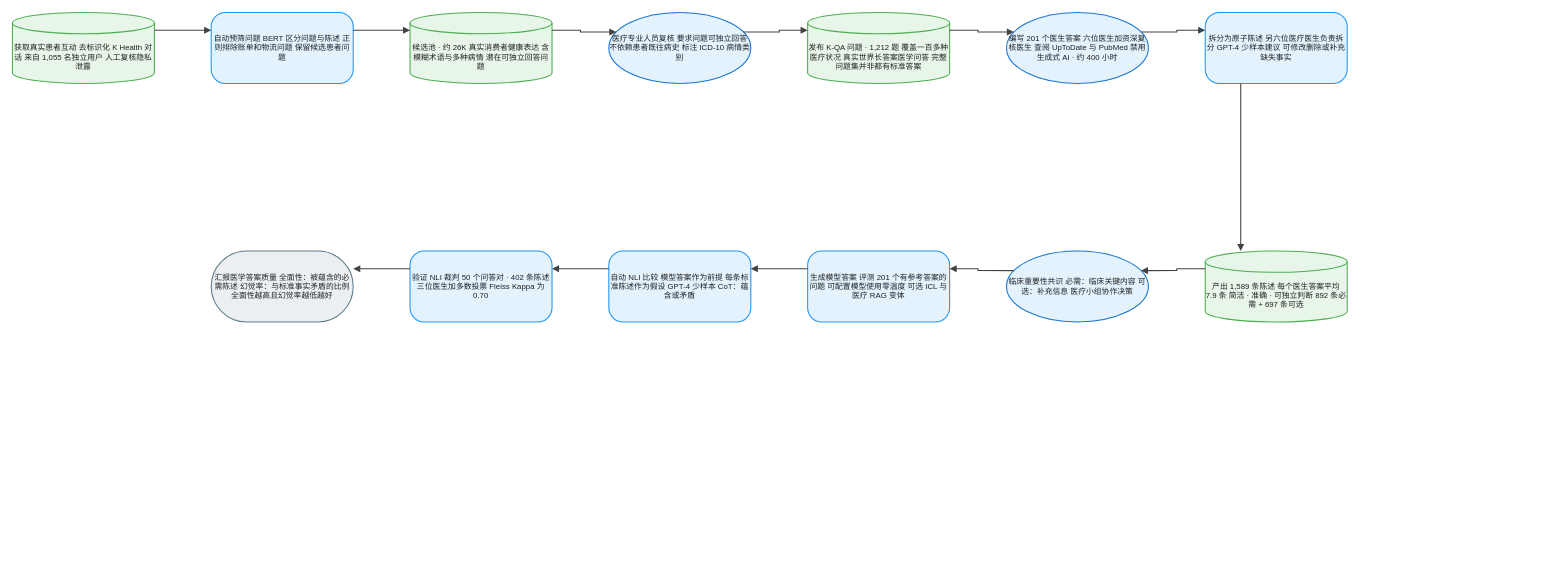
Before: client/public/drawio/K-QA/K-QA.zh.drawio in joe1chief/benchmark-hub, a draw.io diagram. Source tidied: cells renumbered, new cells numbered last; positions are measured from the earlier drawing's top-left corner, leaving out a move shared by most shapes. Both pictures are drawn from the tidied source at 71%, with x=0, y=0 at pixel (12, 12).
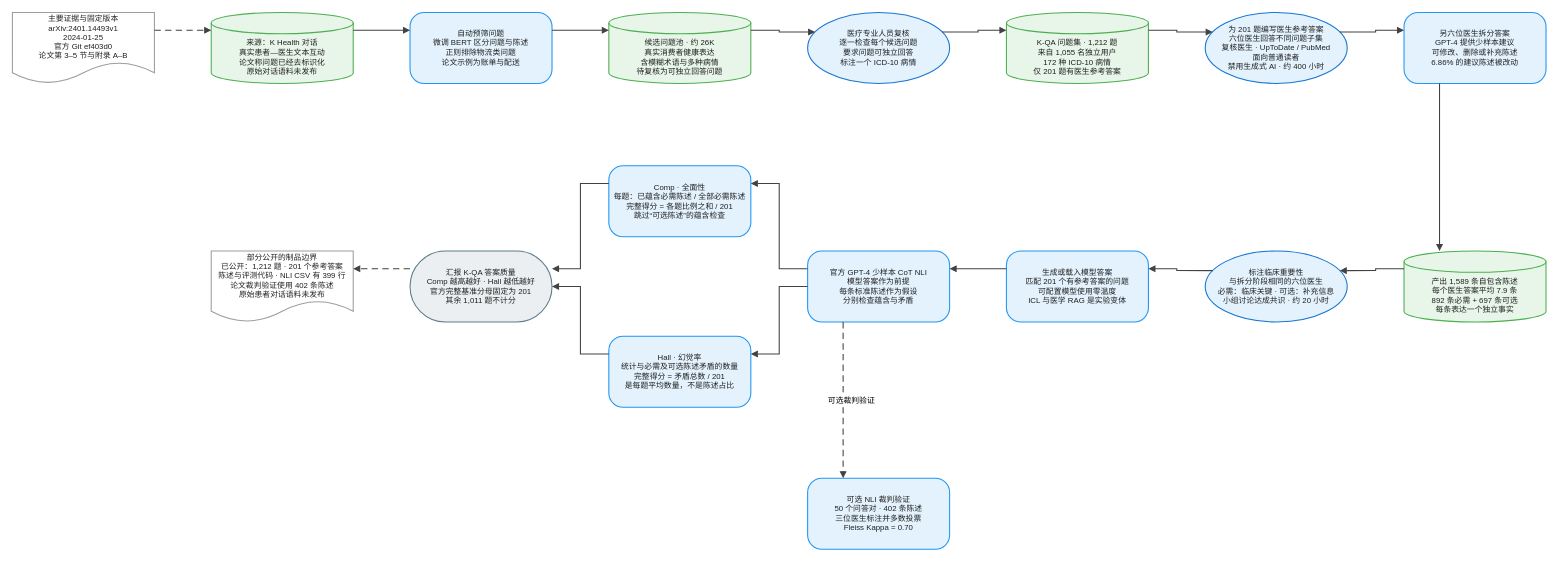
The same page after the edit.

The edit, as a diff of the source:
```diff
@@
-    <mxCell id="2" value="获取真实患者互动 去标识化 K Health 对话 来自 1,055 名独立用户 人工复核隐私泄露" style="shape=cylinder3;boundedLbl=1;backgroundOutline=1;size=15;html=1;whiteSpace=wrap;fillColor=#E8F5E9;strokeColor=#4CAF50;strokeWidth=1.5;fontColor=#212121;fontSize=11;fontFamily=Arial, Helvetica, sans-serif;verticalAlign=middle;align=center;" parent="1" vertex="1">
+    <mxCell id="2" value="主要证据与固定版本&#10;arXiv:2401.14493v1&#10;2024-01-25&#10;官方 Git ef403d0&#10;论文第 3–5 节与附录 A–B" style="shape=document;boundedLbl=1;html=0;convertToSvg=1;whiteSpace=wrap;fillColor=#FFFFFF;strokeColor=#9E9E9E;strokeWidth=1.5;fontColor=#212121;fontSize=11;fontFamily=Arial, Helvetica, sans-serif;verticalAlign=middle;align=center;" parent="1" vertex="1">
       <mxGeometry width="200" height="100" as="geometry" />
     </mxCell>
-    <mxCell id="3" value="自动预筛问题 BERT 区分问题与陈述 正则排除账单和物流问题 保留候选患者问题" style="rounded=1;arcSize=20;html=1;whiteSpace=wrap;fillColor=#E3F2FD;strokeColor=#2196F3;strokeWidth=1.5;fontColor=#212121;fontSize=11;fontFamily=Arial, Helvetica, sans-serif;verticalAlign=middle;align=center;" parent="1" vertex="1">
+    <mxCell id="3" value="来源：K Health 对话&#10;真实患者—医生文本互动&#10;论文称问题已经去标识化&#10;原始对话语料未发布" style="shape=cylinder3;boundedLbl=1;backgroundOutline=1;size=15;html=0;convertToSvg=1;whiteSpace=wrap;fillColor=#E8F5E9;strokeColor=#4CAF50;strokeWidth=1.5;fontColor=#212121;fontSize=11;fontFamily=Arial, Helvetica, sans-serif;verticalAlign=middle;align=center;" parent="1" vertex="1">
       <mxGeometry x="280" width="200" height="100" as="geometry" />
     </mxCell>
-    <mxCell id="4" value="候选池 · 约 26K 真实消费者健康表达 含模糊术语与多种病情 潜在可独立回答问题" style="shape=cylinder3;boundedLbl=1;backgroundOutline=1;size=15;html=1;whiteSpace=wrap;fillColor=#E8F5E9;strokeColor=#4CAF50;strokeWidth=1.5;fontColor=#212121;fontSize=11;fontFamily=Arial, Helvetica, sans-serif;verticalAlign=middle;align=center;" parent="1" vertex="1">
+    <mxCell id="4" value="自动预筛问题&#10;微调 BERT 区分问题与陈述&#10;正则排除物流类问题&#10;论文示例为账单与配送" style="rounded=1;arcSize=20;html=0;convertToSvg=1;whiteSpace=wrap;fillColor=#E3F2FD;strokeColor=#2196F3;strokeWidth=1.5;fontColor=#212121;fontSize=11;fontFamily=Arial, Helvetica, sans-serif;verticalAlign=middle;align=center;" parent="1" vertex="1">
       <mxGeometry x="560" width="200" height="100" as="geometry" />
     </mxCell>
-    <mxCell id="5" value="医疗专业人员复核 要求问题可独立回答 不依赖患者既往病史 标注 ICD-10 病情类别" style="ellipse;html=1;whiteSpace=wrap;fillColor=#E3F2FD;strokeColor=#1976D2;strokeWidth=1.5;fontColor=#212121;fontSize=11;fontFamily=Arial, Helvetica, sans-serif;verticalAlign=middle;align=center;" parent="1" vertex="1">
+    <mxCell id="5" value="候选问题池 · 约 26K&#10;真实消费者健康表达&#10;含模糊术语与多种病情&#10;待复核为可独立回答问题" style="shape=cylinder3;boundedLbl=1;backgroundOutline=1;size=15;html=0;convertToSvg=1;whiteSpace=wrap;fillColor=#E8F5E9;strokeColor=#4CAF50;strokeWidth=1.5;fontColor=#212121;fontSize=11;fontFamily=Arial, Helvetica, sans-serif;verticalAlign=middle;align=center;" parent="1" vertex="1">
       <mxGeometry x="840" width="200" height="100" as="geometry" />
     </mxCell>
-    <mxCell id="6" value="发布 K-QA 问题 · 1,212 题 覆盖一百多种医疗状况 真实世界长答案医学问答 完整问题集并非都有标准答案" style="shape=cylinder3;boundedLbl=1;backgroundOutline=1;size=15;html=1;whiteSpace=wrap;fillColor=#E8F5E9;strokeColor=#4CAF50;strokeWidth=1.5;fontColor=#212121;fontSize=11;fontFamily=Arial, Helvetica, sans-serif;verticalAlign=middle;align=center;" parent="1" vertex="1">
+    <mxCell id="6" value="医疗专业人员复核&#10;逐一检查每个候选问题&#10;要求问题可独立回答&#10;标注一个 ICD-10 病情" style="ellipse;html=0;convertToSvg=1;whiteSpace=wrap;fillColor=#E3F2FD;strokeColor=#1976D2;strokeWidth=1.5;fontColor=#212121;fontSize=11;fontFamily=Arial, Helvetica, sans-serif;verticalAlign=middle;align=center;" parent="1" vertex="1">
       <mxGeometry x="1120" width="200" height="100" as="geometry" />
     </mxCell>
-    <mxCell id="7" value="编写 201 个医生答案 六位医生加资深复核医生 查阅 UpToDate 与 PubMed 禁用生成式 AI · 约 400 小时" style="ellipse;html=1;whiteSpace=wrap;fillColor=#E3F2FD;strokeColor=#1976D2;strokeWidth=1.5;fontColor=#212121;fontSize=11;fontFamily=Arial, Helvetica, sans-serif;verticalAlign=middle;align=center;" parent="1" vertex="1">
+    <mxCell id="7" value="K-QA 问题集 · 1,212 题&#10;来自 1,055 名独立用户&#10;172 种 ICD-10 病情&#10;仅 201 题有医生参考答案" style="shape=cylinder3;boundedLbl=1;backgroundOutline=1;size=15;html=0;convertToSvg=1;whiteSpace=wrap;fillColor=#E8F5E9;strokeColor=#4CAF50;strokeWidth=1.5;fontColor=#212121;fontSize=11;fontFamily=Arial, Helvetica, sans-serif;verticalAlign=middle;align=center;" parent="1" vertex="1">
       <mxGeometry x="1400" width="200" height="100" as="geometry" />
     </mxCell>
-    <mxCell id="8" value="拆分为原子陈述 另六位医疗医生负责拆分 GPT-4 少样本建议 可修改删除或补充缺失事实" style="rounded=1;arcSize=20;html=1;whiteSpace=wrap;fillColor=#E3F2FD;strokeColor=#2196F3;strokeWidth=1.5;fontColor=#212121;fontSize=11;fontFamily=Arial, Helvetica, sans-serif;verticalAlign=middle;align=center;" parent="1" vertex="1">
+    <mxCell id="8" value="为 201 题编写医生参考答案&#10;六位医生回答不同问题子集&#10;复核医生 · UpToDate / PubMed&#10;面向普通读者&#10;禁用生成式 AI · 约 400 小时" style="ellipse;html=0;convertToSvg=1;whiteSpace=wrap;fillColor=#E3F2FD;strokeColor=#1976D2;strokeWidth=1.5;fontColor=#212121;fontSize=11;fontFamily=Arial, Helvetica, sans-serif;verticalAlign=middle;align=center;" parent="1" vertex="1">
       <mxGeometry x="1680" width="200" height="100" as="geometry" />
     </mxCell>
-    <mxCell id="9" value="产出 1,589 条陈述 每个医生答案平均 7.9 条 简洁 · 准确 · 可独立判断 892 条必需 + 697 条可选" style="shape=cylinder3;boundedLbl=1;backgroundOutline=1;size=15;html=1;whiteSpace=wrap;fillColor=#E8F5E9;strokeColor=#4CAF50;strokeWidth=1.5;fontColor=#212121;fontSize=11;fontFamily=Arial, Helvetica, sans-serif;verticalAlign=middle;align=center;" parent="1" vertex="1">
-      <mxGeometry x="1680" y="336" width="200" height="100" as="geometry" />
+    <mxCell id="9" value="另六位医生拆分答案&#10;GPT-4 提供少样本建议&#10;可修改、删除或补充陈述&#10;6.86% 的建议陈述被改动" style="rounded=1;arcSize=20;html=0;convertToSvg=1;whiteSpace=wrap;fillColor=#E3F2FD;strokeColor=#2196F3;strokeWidth=1.5;fontColor=#212121;fontSize=11;fontFamily=Arial, Helvetica, sans-serif;verticalAlign=middle;align=center;" parent="1" vertex="1">
+      <mxGeometry x="1960" width="200" height="100" as="geometry" />
     </mxCell>
-    <mxCell id="10" value="临床重要性共识 必需：临床关键内容 可选：补充信息 医疗小组协作决策" style="ellipse;html=1;whiteSpace=wrap;fillColor=#E3F2FD;strokeColor=#1976D2;strokeWidth=1.5;fontColor=#212121;fontSize=11;fontFamily=Arial, Helvetica, sans-serif;verticalAlign=middle;align=center;" parent="1" vertex="1">
-      <mxGeometry x="1400" y="336" width="200" height="100" as="geometry" />
+    <mxCell id="10" value="产出 1,589 条自包含陈述&#10;每个医生答案平均 7.9 条&#10;892 条必需 + 697 条可选&#10;每条表达一个独立事实" style="shape=cylinder3;boundedLbl=1;backgroundOutline=1;size=15;html=0;convertToSvg=1;whiteSpace=wrap;fillColor=#E8F5E9;strokeColor=#4CAF50;strokeWidth=1.5;fontColor=#212121;fontSize=11;fontFamily=Arial, Helvetica, sans-serif;verticalAlign=middle;align=center;" parent="1" vertex="1">
+      <mxGeometry x="1960" y="336" width="200" height="100" as="geometry" />
     </mxCell>
-    <mxCell id="11" value="生成模型答案 评测 201 个有参考答案的问题 可配置模型使用零温度 可选 ICL 与医疗 RAG 变体" style="rounded=1;arcSize=20;html=1;whiteSpace=wrap;fillColor=#E3F2FD;strokeColor=#2196F3;strokeWidth=1.5;fontColor=#212121;fontSize=11;fontFamily=Arial, Helvetica, sans-serif;verticalAlign=middle;align=center;" parent="1" vertex="1">
-      <mxGeometry x="1120" y="336" width="200" height="100" as="geometry" />
+    <mxCell id="11" value="标注临床重要性&#10;与拆分阶段相同的六位医生&#10;必需：临床关键 · 可选：补充信息&#10;小组讨论达成共识 · 约 20 小时" style="ellipse;html=0;convertToSvg=1;whiteSpace=wrap;fillColor=#E3F2FD;strokeColor=#1976D2;strokeWidth=1.5;fontColor=#212121;fontSize=11;fontFamily=Arial, Helvetica, sans-serif;verticalAlign=middle;align=center;" parent="1" vertex="1">
+      <mxGeometry x="1680" y="336" width="200" height="100" as="geometry" />
     </mxCell>
-    <mxCell id="12" value="自动 NLI 比较 模型答案作为前提 每条标准陈述作为假设 GPT-4 少样本 CoT：蕴含或矛盾" style="rounded=1;arcSize=20;html=1;whiteSpace=wrap;fillColor=#E3F2FD;strokeColor=#2196F3;strokeWidth=1.5;fontColor=#212121;fontSize=11;fontFamily=Arial, Helvetica, sans-serif;verticalAlign=middle;align=center;" parent="1" vertex="1">
-      <mxGeometry x="840" y="336" width="200" height="100" as="geometry" />
+    <mxCell id="12" value="生成或载入模型答案&#10;匹配 201 个有参考答案的问题&#10;可配置模型使用零温度&#10;ICL 与医学 RAG 是实验变体" style="rounded=1;arcSize=20;html=0;convertToSvg=1;whiteSpace=wrap;fillColor=#E3F2FD;strokeColor=#2196F3;strokeWidth=1.5;fontColor=#212121;fontSize=11;fontFamily=Arial, Helvetica, sans-serif;verticalAlign=middle;align=center;" parent="1" vertex="1">
+      <mxGeometry x="1400" y="336" width="200" height="100" as="geometry" />
     </mxCell>
-    <mxCell id="13" value="验证 NLI 裁判 50 个问答对 · 402 条陈述 三位医生加多数投票 Fleiss Kappa 为 0.70" style="rounded=1;arcSize=20;html=1;whiteSpace=wrap;fillColor=#E3F2FD;strokeColor=#2196F3;strokeWidth=1.5;fontColor=#212121;fontSize=11;fontFamily=Arial, Helvetica, sans-serif;verticalAlign=middle;align=center;" parent="1" vertex="1">
-      <mxGeometry x="560" y="336" width="200" height="100" as="geometry" />
+    <mxCell id="13" value="官方 GPT-4 少样本 CoT NLI&#10;模型答案作为前提&#10;每条标准陈述作为假设&#10;分别检查蕴含与矛盾" style="rounded=1;arcSize=20;html=0;convertToSvg=1;whiteSpace=wrap;fillColor=#E3F2FD;strokeColor=#2196F3;strokeWidth=1.5;fontColor=#212121;fontSize=11;fontFamily=Arial, Helvetica, sans-serif;verticalAlign=middle;align=center;" parent="1" vertex="1">
+      <mxGeometry x="1120" y="336" width="200" height="100" as="geometry" />
     </mxCell>
-    <mxCell id="14" value="汇报医学答案质量 全面性：被蕴含的必需陈述 幻觉率：与标准事实矛盾的比例 全面性越高且幻觉率越低越好" style="rounded=1;arcSize=50;html=1;whiteSpace=wrap;fillColor=#ECEFF1;strokeColor=#607D8B;strokeWidth=1.5;fontColor=#212121;fontSize=11;fontFamily=Arial, Helvetica, sans-serif;verticalAlign=middle;align=center;" parent="1" vertex="1">
-      <mxGeometry x="280" y="336" width="200" height="100" as="geometry" />
+    <mxCell id="14" value="Comp · 全面性&#10;每题：已蕴含必需陈述 / 全部必需陈述&#10;完整得分 = 各题比例之和 / 201&#10;跳过“可选陈述”的蕴含检查" style="rounded=1;arcSize=20;html=0;convertToSvg=1;whiteSpace=wrap;fillColor=#E3F2FD;strokeColor=#2196F3;strokeWidth=1.5;fontColor=#212121;fontSize=11;fontFamily=Arial, Helvetica, sans-serif;verticalAlign=middle;align=center;" parent="1" vertex="1">
+      <mxGeometry x="840" y="216" width="200" height="100" as="geometry" />
     </mxCell>
-    <mxCell id="15" style="edgeStyle=orthogonalEdgeStyle;rounded=0;jettySize=auto;html=1;strokeColor=#424242;strokeWidth=1.5;endArrow=block;endFill=1;exitX=1;exitY=0.25;exitDx=0;exitDy=0;entryX=0;entryY=0.25;entryDx=0;entryDy=0;jumpStyle=arc;jumpSize=8;" parent="1" edge="1" source="2" target="3">
-      <mxGeometry relative="1" as="geometry" />
+    <mxCell id="15" value="Hall · 幻觉率&#10;统计与必需及可选陈述矛盾的数量&#10;完整得分 = 矛盾总数 / 201&#10;是每题平均数量，不是陈述占比" style="rounded=1;arcSize=20;html=0;convertToSvg=1;whiteSpace=wrap;fillColor=#E3F2FD;strokeColor=#2196F3;strokeWidth=1.5;fontColor=#212121;fontSize=11;fontFamily=Arial, Helvetica, sans-serif;verticalAlign=middle;align=center;" parent="1" vertex="1">
+      <mxGeometry x="840" y="456" width="200" height="100" as="geometry" />
     </mxCell>
-    <mxCell id="16" style="edgeStyle=orthogonalEdgeStyle;rounded=0;jettySize=auto;html=1;strokeColor=#424242;strokeWidth=1.5;endArrow=block;endFill=1;exitX=1;exitY=0.25;exitDx=0;exitDy=0;entryX=0;entryY=0.25;entryDx=0;entryDy=0;jumpStyle=arc;jumpSize=8;" parent="1" edge="1" source="3" target="4">
-      <mxGeometry relative="1" as="geometry" />
+    <mxCell id="16" value="汇报 K-QA 答案质量&#10;Comp 越高越好 · Hall 越低越好&#10;官方完整基准分母固定为 201&#10;其余 1,011 题不计分" style="rounded=1;arcSize=50;html=0;convertToSvg=1;whiteSpace=wrap;fillColor=#ECEFF1;strokeColor=#607D8B;strokeWidth=1.5;fontColor=#212121;fontSize=11;fontFamily=Arial, Helvetica, sans-serif;verticalAlign=middle;align=center;" parent="1" vertex="1">
+      <mxGeometry x="560" y="336" width="200" height="100" as="geometry" />
     </mxCell>
-    <mxCell id="17" style="edgeStyle=orthogonalEdgeStyle;rounded=0;jettySize=auto;html=1;strokeColor=#424242;strokeWidth=1.5;endArrow=block;endFill=1;exitX=1;exitY=0.25;exitDx=0;exitDy=0;entryX=0;entryY=0.25;entryDx=0;entryDy=0;jumpStyle=arc;jumpSize=8;" parent="1" edge="1" source="4" target="5">
-      <mxGeometry relative="1" as="geometry" />
+    <mxCell id="17" value="部分公开的制品边界&#10;已公开：1,212 题 · 201 个参考答案&#10;陈述与评测代码 · NLI CSV 有 399 行&#10;论文裁判验证使用 402 条陈述&#10;原始患者对话语料未发布" style="shape=document;boundedLbl=1;html=0;convertToSvg=1;whiteSpace=wrap;fillColor=#FFFFFF;strokeColor=#9E9E9E;strokeWidth=1.5;fontColor=#212121;fontSize=11;fontFamily=Arial, Helvetica, sans-serif;verticalAlign=middle;align=center;" parent="1" vertex="1">
+      <mxGeometry x="280" y="336" width="200" height="100" as="geometry" />
     </mxCell>
-    <mxCell id="18" style="edgeStyle=orthogonalEdgeStyle;rounded=0;jettySize=auto;html=1;strokeColor=#424242;strokeWidth=1.5;endArrow=block;endFill=1;exitX=1;exitY=0.25;exitDx=0;exitDy=0;entryX=0;entryY=0.25;entryDx=0;entryDy=0;jumpStyle=arc;jumpSize=8;" parent="1" edge="1" source="5" target="6">
-      <mxGeometry relative="1" as="geometry" />
+    <mxCell id="18" value="可选 NLI 裁判验证&#10;50 个问答对 · 402 条陈述&#10;三位医生标注并多数投票&#10;Fleiss Kappa = 0.70" style="rounded=1;arcSize=20;html=0;convertToSvg=1;whiteSpace=wrap;fillColor=#E3F2FD;strokeColor=#2196F3;strokeWidth=1.5;fontColor=#212121;fontSize=11;fontFamily=Arial, Helvetica, sans-serif;verticalAlign=middle;align=center;" parent="1" vertex="1">
+      <mxGeometry x="1120" y="656" width="200" height="100" as="geometry" />
     </mxCell>
-    <mxCell id="19" style="edgeStyle=orthogonalEdgeStyle;rounded=0;jettySize=auto;html=1;strokeColor=#424242;strokeWidth=1.5;endArrow=block;endFill=1;exitX=1;exitY=0.25;exitDx=0;exitDy=0;entryX=0;entryY=0.25;entryDx=0;entryDy=0;jumpStyle=arc;jumpSize=8;" parent="1" edge="1" source="6" target="7">
+    <mxCell id="19" style="edgeStyle=orthogonalEdgeStyle;rounded=0;jettySize=auto;html=0;convertToSvg=1;strokeColor=#424242;strokeWidth=1.5;endArrow=block;endFill=1;exitX=1;exitY=0.25;exitDx=0;exitDy=0;entryX=0;entryY=0.25;entryDx=0;entryDy=0;dashed=1;dashPattern=6 4;jumpStyle=arc;jumpSize=8;" parent="1" edge="1" source="2" target="3">
       <mxGeometry relative="1" as="geometry" />
     </mxCell>
-    <mxCell id="20" style="edgeStyle=orthogonalEdgeStyle;rounded=0;jettySize=auto;html=1;strokeColor=#424242;strokeWidth=1.5;endArrow=block;endFill=1;exitX=1;exitY=0.25;exitDx=0;exitDy=0;entryX=0;entryY=0.25;entryDx=0;entryDy=0;jumpStyle=arc;jumpSize=8;" parent="1" edge="1" source="7" target="8">
+    <mxCell id="20" style="edgeStyle=orthogonalEdgeStyle;rounded=0;jettySize=auto;html=0;convertToSvg=1;strokeColor=#424242;strokeWidth=1.5;endArrow=block;endFill=1;exitX=1;exitY=0.25;exitDx=0;exitDy=0;entryX=0;entryY=0.25;entryDx=0;entryDy=0;jumpStyle=arc;jumpSize=8;" parent="1" edge="1" source="3" target="4">
       <mxGeometry relative="1" as="geometry" />
     </mxCell>
-    <mxCell id="21" style="edgeStyle=orthogonalEdgeStyle;rounded=0;jettySize=auto;html=1;strokeColor=#424242;strokeWidth=1.5;endArrow=block;endFill=1;exitX=0.25;exitY=1;exitDx=0;exitDy=0;entryX=0.25;entryY=0;entryDx=0;entryDy=0;jumpStyle=arc;jumpSize=8;" parent="1" edge="1" source="8" target="9">
+    <mxCell id="21" style="edgeStyle=orthogonalEdgeStyle;rounded=0;jettySize=auto;html=0;convertToSvg=1;strokeColor=#424242;strokeWidth=1.5;endArrow=block;endFill=1;exitX=1;exitY=0.25;exitDx=0;exitDy=0;entryX=0;entryY=0.25;entryDx=0;entryDy=0;jumpStyle=arc;jumpSize=8;" parent="1" edge="1" source="4" target="5">
       <mxGeometry relative="1" as="geometry" />
     </mxCell>
-    <mxCell id="22" style="edgeStyle=orthogonalEdgeStyle;rounded=0;jettySize=auto;html=1;strokeColor=#424242;strokeWidth=1.5;endArrow=block;endFill=1;exitX=0;exitY=0.25;exitDx=0;exitDy=0;entryX=1;entryY=0.25;entryDx=0;entryDy=0;jumpStyle=arc;jumpSize=8;" parent="1" edge="1" source="9" target="10">
+    <mxCell id="22" style="edgeStyle=orthogonalEdgeStyle;rounded=0;jettySize=auto;html=0;convertToSvg=1;strokeColor=#424242;strokeWidth=1.5;endArrow=block;endFill=1;exitX=1;exitY=0.25;exitDx=0;exitDy=0;entryX=0;entryY=0.25;entryDx=0;entryDy=0;jumpStyle=arc;jumpSize=8;" parent="1" edge="1" source="5" target="6">
       <mxGeometry relative="1" as="geometry" />
     </mxCell>
-    <mxCell id="23" style="edgeStyle=orthogonalEdgeStyle;rounded=0;jettySize=auto;html=1;strokeColor=#424242;strokeWidth=1.5;endArrow=block;endFill=1;exitX=0;exitY=0.25;exitDx=0;exitDy=0;entryX=1;entryY=0.25;entryDx=0;entryDy=0;jumpStyle=arc;jumpSize=8;" parent="1" edge="1" source="10" target="11">
+    <mxCell id="23" style="edgeStyle=orthogonalEdgeStyle;rounded=0;jettySize=auto;html=0;convertToSvg=1;strokeColor=#424242;strokeWidth=1.5;endArrow=block;endFill=1;exitX=1;exitY=0.25;exitDx=0;exitDy=0;entryX=0;entryY=0.25;entryDx=0;entryDy=0;jumpStyle=arc;jumpSize=8;" parent="1" edge="1" source="6" target="7">
       <mxGeometry relative="1" as="geometry" />
     </mxCell>
-    <mxCell id="24" style="edgeStyle=orthogonalEdgeStyle;rounded=0;jettySize=auto;html=1;strokeColor=#424242;strokeWidth=1.5;endArrow=block;endFill=1;exitX=0;exitY=0.25;exitDx=0;exitDy=0;entryX=1;entryY=0.25;entryDx=0;entryDy=0;jumpStyle=arc;jumpSize=8;" parent="1" edge="1" source="11" target="12">
+    <mxCell id="24" style="edgeStyle=orthogonalEdgeStyle;rounded=0;jettySize=auto;html=0;convertToSvg=1;strokeColor=#424242;strokeWidth=1.5;endArrow=block;endFill=1;exitX=1;exitY=0.25;exitDx=0;exitDy=0;entryX=0;entryY=0.25;entryDx=0;entryDy=0;jumpStyle=arc;jumpSize=8;" parent="1" edge="1" source="7" target="8">
       <mxGeometry relative="1" as="geometry" />
     </mxCell>
-    <mxCell id="25" style="edgeStyle=orthogonalEdgeStyle;rounded=0;jettySize=auto;html=1;strokeColor=#424242;strokeWidth=1.5;endArrow=block;endFill=1;exitX=0;exitY=0.25;exitDx=0;exitDy=0;entryX=1;entryY=0.25;entryDx=0;entryDy=0;jumpStyle=arc;jumpSize=8;" parent="1" edge="1" source="12" target="13">
+    <mxCell id="25" style="edgeStyle=orthogonalEdgeStyle;rounded=0;jettySize=auto;html=0;convertToSvg=1;strokeColor=#424242;strokeWidth=1.5;endArrow=block;endFill=1;exitX=1;exitY=0.25;exitDx=0;exitDy=0;entryX=0;entryY=0.25;entryDx=0;entryDy=0;jumpStyle=arc;jumpSize=8;" parent="1" edge="1" source="8" target="9">
       <mxGeometry relative="1" as="geometry" />
     </mxCell>
-    <mxCell id="26" style="edgeStyle=orthogonalEdgeStyle;rounded=0;jettySize=auto;html=1;strokeColor=#424242;strokeWidth=1.5;endArrow=block;endFill=1;exitX=0;exitY=0.25;exitDx=0;exitDy=0;entryX=1;entryY=0.25;entryDx=0;entryDy=0;jumpStyle=arc;jumpSize=8;" parent="1" edge="1" source="13" target="14">
+    <mxCell id="26" style="edgeStyle=orthogonalEdgeStyle;rounded=0;jettySize=auto;html=0;convertToSvg=1;strokeColor=#424242;strokeWidth=1.5;endArrow=block;endFill=1;exitX=0.25;exitY=1;exitDx=0;exitDy=0;entryX=0.25;entryY=0;entryDx=0;entryDy=0;jumpStyle=arc;jumpSize=8;" parent="1" edge="1" source="9" target="10">
       <mxGeometry relative="1" as="geometry" />
     </mxCell>
+    <mxCell id="27" style="edgeStyle=orthogonalEdgeStyle;rounded=0;jettySize=auto;html=0;convertToSvg=1;strokeColor=#424242;strokeWidth=1.5;endArrow=block;endFill=1;exitX=0;exitY=0.25;exitDx=0;exitDy=0;entryX=1;entryY=0.25;entryDx=0;entryDy=0;jumpStyle=arc;jumpSize=8;" parent="1" edge="1" source="10" target="11">
+      <mxGeometry relative="1" as="geometry" />
+    </mxCell>
+    <mxCell id="28" style="edgeStyle=orthogonalEdgeStyle;rounded=0;jettySize=auto;html=0;convertToSvg=1;strokeColor=#424242;strokeWidth=1.5;endArrow=block;endFill=1;exitX=0;exitY=0.25;exitDx=0;exitDy=0;entryX=1;entryY=0.25;entryDx=0;entryDy=0;jumpStyle=arc;jumpSize=8;" parent="1" edge="1" source="11" target="12">
+      <mxGeometry relative="1" as="geometry" />
+    </mxCell>
+    <mxCell id="29" style="edgeStyle=orthogonalEdgeStyle;rounded=0;jettySize=auto;html=0;convertToSvg=1;strokeColor=#424242;strokeWidth=1.5;endArrow=block;endFill=1;exitX=0;exitY=0.25;exitDx=0;exitDy=0;entryX=1;entryY=0.25;entryDx=0;entryDy=0;jumpStyle=arc;jumpSize=8;" parent="1" edge="1" source="12" target="13">
+      <mxGeometry relative="1" as="geometry" />
+    </mxCell>
+    <mxCell id="30" style="edgeStyle=orthogonalEdgeStyle;rounded=0;jettySize=auto;html=0;convertToSvg=1;strokeColor=#424242;strokeWidth=1.5;endArrow=block;endFill=1;exitX=0;exitY=0.25;exitDx=0;exitDy=0;entryX=1;entryY=0.25;entryDx=0;entryDy=0;jumpStyle=arc;jumpSize=8;" parent="1" edge="1" source="13" target="14">
+      <mxGeometry relative="1" as="geometry" />
+    </mxCell>
+    <mxCell id="31" style="edgeStyle=orthogonalEdgeStyle;rounded=0;jettySize=auto;html=0;convertToSvg=1;strokeColor=#424242;strokeWidth=1.5;endArrow=block;endFill=1;exitX=0;exitY=0.5;exitDx=0;exitDy=0;entryX=1;entryY=0.25;entryDx=0;entryDy=0;jumpStyle=arc;jumpSize=8;" parent="1" edge="1" source="13" target="15">
+      <mxGeometry relative="1" as="geometry" />
+    </mxCell>
+    <mxCell id="32" style="edgeStyle=orthogonalEdgeStyle;rounded=0;jettySize=auto;html=0;convertToSvg=1;strokeColor=#424242;strokeWidth=1.5;endArrow=block;endFill=1;exitX=0;exitY=0.25;exitDx=0;exitDy=0;entryX=1;entryY=0.25;entryDx=0;entryDy=0;jumpStyle=arc;jumpSize=8;" parent="1" edge="1" source="14" target="16">
+      <mxGeometry relative="1" as="geometry" />
+    </mxCell>
+    <mxCell id="33" style="edgeStyle=orthogonalEdgeStyle;rounded=0;jettySize=auto;html=0;convertToSvg=1;strokeColor=#424242;strokeWidth=1.5;endArrow=block;endFill=1;exitX=0;exitY=0.25;exitDx=0;exitDy=0;entryX=1;entryY=0.5;entryDx=0;entryDy=0;jumpStyle=arc;jumpSize=8;" parent="1" edge="1" source="15" target="16">
+      <mxGeometry relative="1" as="geometry" />
+    </mxCell>
+    <mxCell id="34" style="edgeStyle=orthogonalEdgeStyle;rounded=0;jettySize=auto;html=0;convertToSvg=1;strokeColor=#424242;strokeWidth=1.5;endArrow=block;endFill=1;exitX=0;exitY=0.25;exitDx=0;exitDy=0;entryX=1;entryY=0.25;entryDx=0;entryDy=0;dashed=1;dashPattern=6 4;jumpStyle=arc;jumpSize=8;" parent="1" edge="1" source="16" target="17">
+      <mxGeometry relative="1" as="geometry" />
+    </mxCell>
+    <mxCell id="35" value="可选裁判验证" style="edgeStyle=orthogonalEdgeStyle;rounded=0;jettySize=auto;html=0;convertToSvg=1;strokeColor=#424242;strokeWidth=1.5;endArrow=block;endFill=1;exitX=0.25;exitY=1;exitDx=0;exitDy=0;entryX=0.25;entryY=0;entryDx=0;entryDy=0;dashed=1;dashPattern=6 4;jumpStyle=arc;jumpSize=8;" parent="1" edge="1" source="13" target="18">
+      <mxGeometry relative="1" as="geometry">
+        <mxPoint x="12" as="offset" />
+      </mxGeometry>
+    </mxCell>
```
